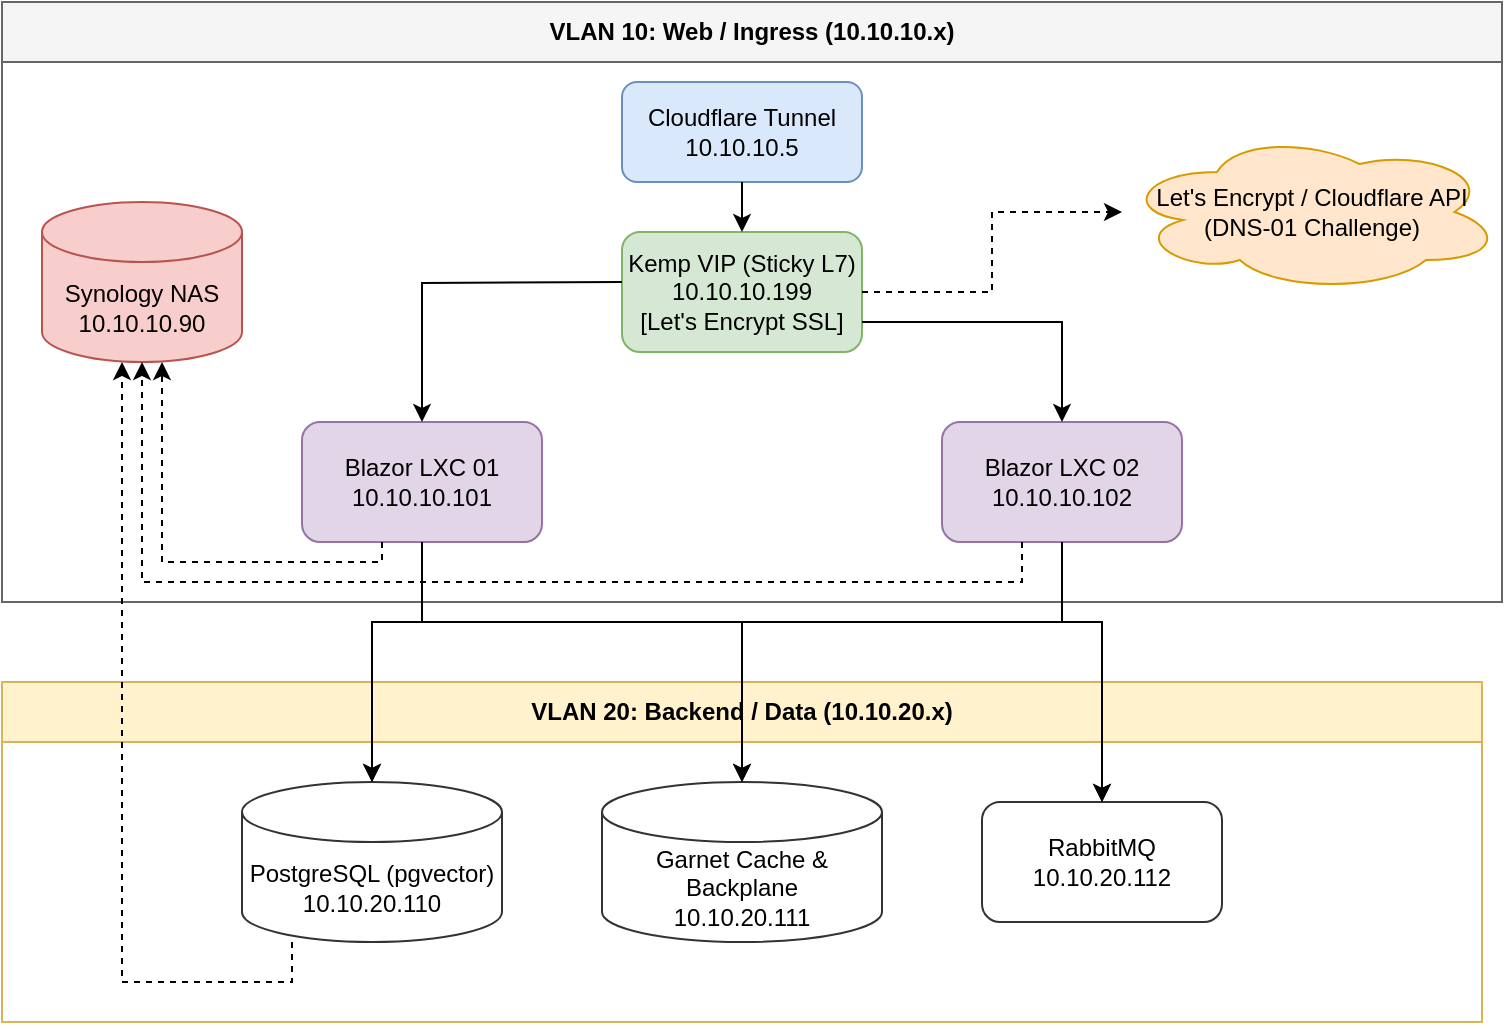
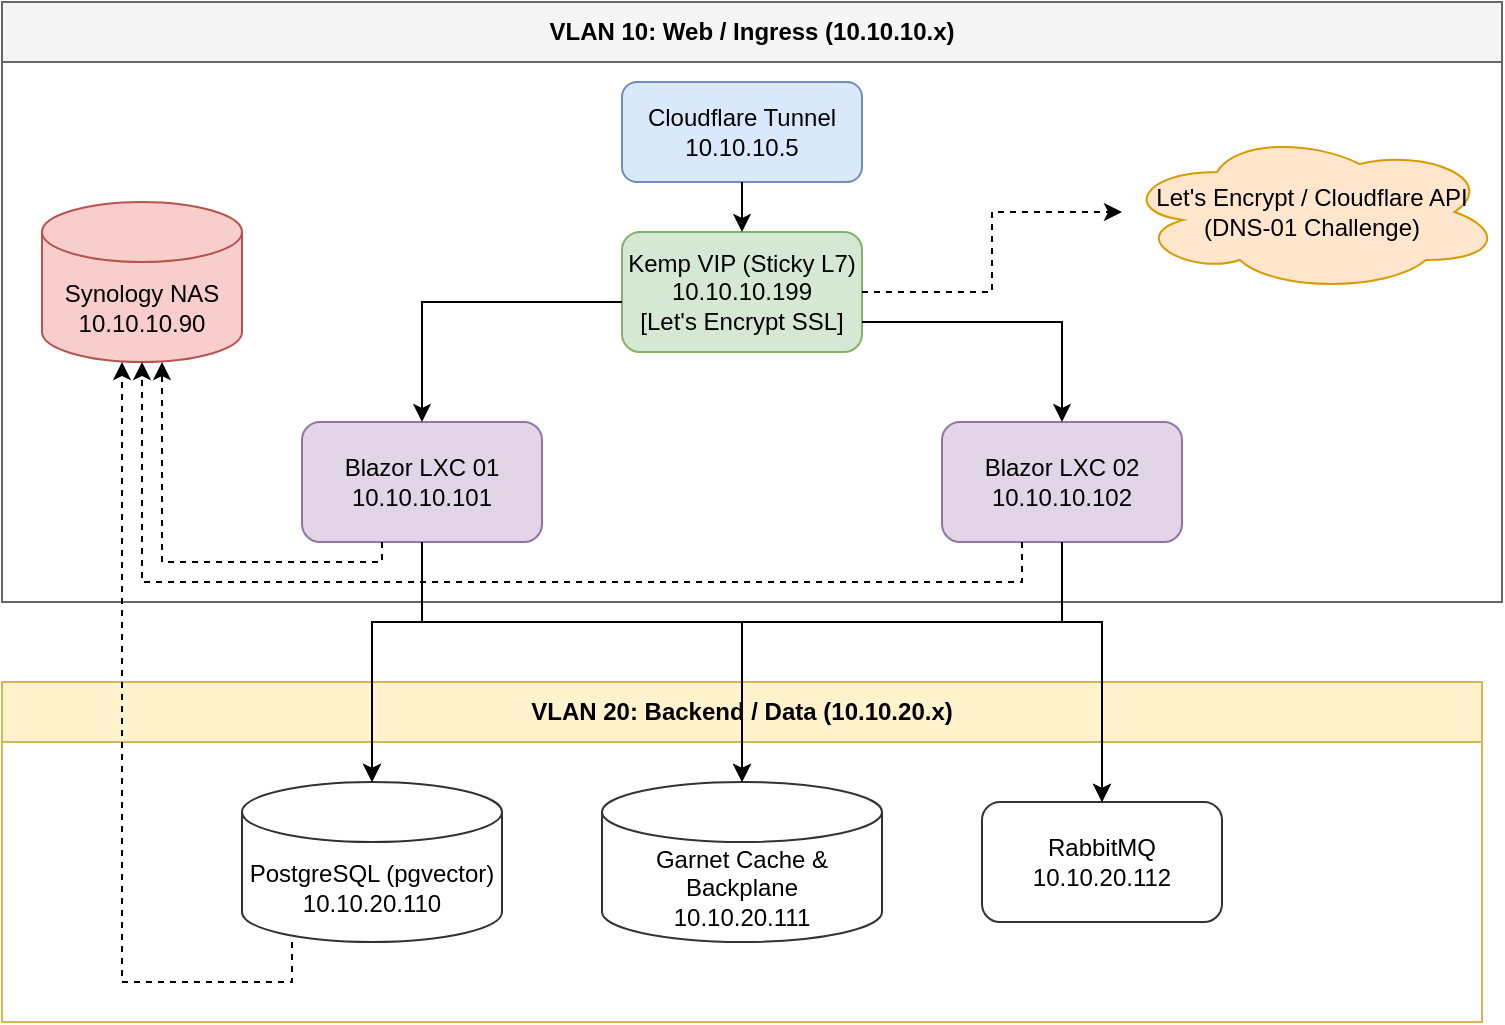
<mxfile host="65bd71144e">
    <diagram id="arch" name="Architecture">
        <mxGraphModel dx="766" dy="645" grid="1" gridSize="10" guides="1" tooltips="1" connect="1" arrows="1" fold="1" page="1" pageScale="1" pageWidth="827" pageHeight="1169" math="0" shadow="0">
            <root>
                <mxCell id="0"/>
                <mxCell id="1" parent="0"/>
                <mxCell id="vlan10" value="VLAN 10: Web / Ingress (10.10.10.x)" style="swimlane;whiteSpace=wrap;html=1;startSize=30;fillColor=#f5f5f5;strokeColor=#666666;" parent="1" vertex="1">
                    <mxGeometry x="40" y="40" width="750" height="300" as="geometry"/>
                </mxCell>
                <mxCell id="2" value="Kemp VIP (Sticky L7)&#xa;10.10.10.199&#xa;[Let&#39;s Encrypt SSL]" style="rounded=1;whiteSpace=wrap;html=1;fillColor=#d5e8d4;strokeColor=#82b366;" vertex="1" parent="vlan10">
                    <mxGeometry x="310" y="115" width="120" height="60" as="geometry"/>
                </mxCell>
                <mxCell id="3" value="Let&#39;s Encrypt / Cloudflare API&#xa;(DNS-01 Challenge)" style="ellipse;shape=cloud;whiteSpace=wrap;html=1;fillColor=#ffe6cc;strokeColor=#d79b00;" vertex="1" parent="vlan10">
                    <mxGeometry x="560" y="65" width="190" height="80" as="geometry"/>
                </mxCell>
                <mxCell id="4" style="edgeStyle=orthogonalEdgeStyle;rounded=0;orthogonalLoop=1;jettySize=auto;html=1;dashed=1;" edge="1" parent="vlan10" source="2" target="3">
                    <mxGeometry relative="1" as="geometry"/>
                </mxCell>
                <mxCell id="cloudflare" value="Cloudflare Tunnel&#xa;10.10.10.5" style="rounded=1;whiteSpace=wrap;html=1;fillColor=#dae8fc;strokeColor=#6c8ebf;" parent="vlan10" vertex="1">
                    <mxGeometry x="310" y="40" width="120" height="50" as="geometry"/>
                </mxCell>
                <mxCell id="blazor1" value="Blazor LXC 01&#xa;10.10.10.101" style="rounded=1;whiteSpace=wrap;html=1;fillColor=#e1d5e7;strokeColor=#9673a6;" parent="vlan10" vertex="1">
                    <mxGeometry x="150" y="210" width="120" height="60" as="geometry"/>
                </mxCell>
                <mxCell id="blazor2" value="Blazor LXC 02&#xa;10.10.10.102" style="rounded=1;whiteSpace=wrap;html=1;fillColor=#e1d5e7;strokeColor=#9673a6;" parent="vlan10" vertex="1">
                    <mxGeometry x="470" y="210" width="120" height="60" as="geometry"/>
                </mxCell>
                <mxCell id="nas" value="Synology NAS&#xa;10.10.10.90" style="shape=cylinder3;whiteSpace=wrap;html=1;boundedLbl=1;backgroundOutline=1;size=15;fillColor=#f8cecc;strokeColor=#b85450;" parent="vlan10" vertex="1">
                    <mxGeometry x="20" y="100" width="100" height="80" as="geometry"/>
                </mxCell>
-                 <mxCell id="e3" style="edgeStyle=orthogonalEdgeStyle;rounded=0;orthogonalLoop=1;jettySize=auto;html=1;exitX=1;exitY=0.75;exitDx=0;exitDy=0;" parent="vlan10" source="2" target="blazor2" edge="1">
+                 <mxCell id="e3" style="edgeStyle=orthogonalEdgeStyle;rounded=0;orthogonalLoop=1;jettySize=auto;html=1;" parent="vlan10" source="2" target="blazor2" edge="1">
                    <mxGeometry relative="1" as="geometry">
                        <mxPoint x="430" y="140" as="sourcePoint"/>
+                         <Array as="points">
+                             <mxPoint x="530" y="160"/>
+                         </Array>
+                     </mxGeometry>
+                 </mxCell>
+                 <mxCell id="e2" style="edgeStyle=orthogonalEdgeStyle;rounded=0;orthogonalLoop=1;jettySize=auto;html=1;" parent="vlan10" source="2" target="blazor1" edge="1">
+                     <mxGeometry relative="1" as="geometry">
+                         <mxPoint x="310" y="140" as="sourcePoint"/>
+                         <Array as="points">
+                             <mxPoint x="210" y="150"/>
+                         </Array>
+                     </mxGeometry>
+                 </mxCell>
+                 <mxCell id="e1" style="edgeStyle=orthogonalEdgeStyle;rounded=0;orthogonalLoop=1;jettySize=auto;html=1;" parent="vlan10" source="cloudflare" target="2" edge="1">
+                     <mxGeometry relative="1" as="geometry">
+                         <mxPoint x="370" y="115" as="targetPoint"/>
                    </mxGeometry>
                </mxCell>
                <mxCell id="vlan20" value="VLAN 20: Backend / Data (10.10.20.x)" style="swimlane;whiteSpace=wrap;html=1;startSize=30;fillColor=#fff2cc;strokeColor=#d6b656;" parent="1" vertex="1">
                    <mxGeometry x="40" y="380" width="740" height="170" as="geometry"/>
                </mxCell>
                <mxCell id="postgres" value="PostgreSQL (pgvector)&#xa;10.10.20.110" style="shape=cylinder3;whiteSpace=wrap;html=1;boundedLbl=1;backgroundOutline=1;size=15;fillColor=#ffffff;strokeColor=#333333;" parent="vlan20" vertex="1">
                    <mxGeometry x="120" y="50" width="130" height="80" as="geometry"/>
                </mxCell>
                <mxCell id="garnet" value="Garnet Cache &amp; Backplane&#xa;10.10.20.111" style="shape=cylinder3;whiteSpace=wrap;html=1;boundedLbl=1;backgroundOutline=1;size=15;fillColor=#ffffff;strokeColor=#333333;" parent="vlan20" vertex="1">
                    <mxGeometry x="300" y="50" width="140" height="80" as="geometry"/>
                </mxCell>
                <mxCell id="rabbitmq" value="RabbitMQ&#xa;10.10.20.112" style="rounded=1;whiteSpace=wrap;html=1;fillColor=#ffffff;strokeColor=#333333;" parent="vlan20" vertex="1">
                    <mxGeometry x="490" y="60" width="120" height="60" as="geometry"/>
-                 </mxCell>
-                 <mxCell id="e1" style="edgeStyle=orthogonalEdgeStyle;rounded=0;orthogonalLoop=1;jettySize=auto;html=1;" parent="1" source="cloudflare" edge="1">
-                     <mxGeometry relative="1" as="geometry">
-                         <mxPoint x="410" y="155" as="targetPoint"/>
-                     </mxGeometry>
-                 </mxCell>
-                 <mxCell id="e2" style="edgeStyle=orthogonalEdgeStyle;rounded=0;orthogonalLoop=1;jettySize=auto;html=1;" parent="1" target="blazor1" edge="1">
-                     <mxGeometry relative="1" as="geometry">
-                         <mxPoint x="350" y="180" as="sourcePoint"/>
-                     </mxGeometry>
                </mxCell>
                <mxCell id="w1_pg" style="edgeStyle=orthogonalEdgeStyle;rounded=0;orthogonalLoop=1;jettySize=auto;html=1;" parent="1" source="blazor1" target="postgres" edge="1">
                    <mxGeometry relative="1" as="geometry">
                        <Array as="points">
                            <mxPoint x="250" y="350"/>
                            <mxPoint x="225" y="350"/>
                        </Array>
                    </mxGeometry>
                </mxCell>
                <mxCell id="w1_gar" style="edgeStyle=orthogonalEdgeStyle;rounded=0;orthogonalLoop=1;jettySize=auto;html=1;" parent="1" source="blazor1" target="garnet" edge="1">
                    <mxGeometry relative="1" as="geometry">
                        <Array as="points">
                            <mxPoint x="250" y="350"/>
                            <mxPoint x="410" y="350"/>
                        </Array>
                    </mxGeometry>
                </mxCell>
                <mxCell id="w1_rmq" style="edgeStyle=orthogonalEdgeStyle;rounded=0;orthogonalLoop=1;jettySize=auto;html=1;" parent="1" source="blazor1" target="rabbitmq" edge="1">
                    <mxGeometry relative="1" as="geometry">
                        <Array as="points">
                            <mxPoint x="250" y="350"/>
                            <mxPoint x="590" y="350"/>
                        </Array>
                    </mxGeometry>
                </mxCell>
                <mxCell id="w1_nas" style="edgeStyle=orthogonalEdgeStyle;rounded=0;orthogonalLoop=1;jettySize=auto;dashed=1;" parent="1" source="blazor1" target="nas" edge="1">
                    <mxGeometry relative="1" as="geometry">
                        <Array as="points">
                            <mxPoint x="230" y="320"/>
                            <mxPoint x="120" y="320"/>
                        </Array>
                    </mxGeometry>
                </mxCell>
                <mxCell id="w2_pg" style="edgeStyle=orthogonalEdgeStyle;rounded=0;orthogonalLoop=1;jettySize=auto;html=1;" parent="1" source="blazor2" target="postgres" edge="1">
                    <mxGeometry relative="1" as="geometry">
                        <Array as="points">
                            <mxPoint x="570" y="350"/>
                            <mxPoint x="225" y="350"/>
                        </Array>
                    </mxGeometry>
                </mxCell>
                <mxCell id="w2_gar" style="edgeStyle=orthogonalEdgeStyle;rounded=0;orthogonalLoop=1;jettySize=auto;html=1;" parent="1" source="blazor2" target="garnet" edge="1">
                    <mxGeometry relative="1" as="geometry">
                        <Array as="points">
                            <mxPoint x="570" y="350"/>
                            <mxPoint x="410" y="350"/>
                        </Array>
                    </mxGeometry>
                </mxCell>
                <mxCell id="w2_rmq" style="edgeStyle=orthogonalEdgeStyle;rounded=0;orthogonalLoop=1;jettySize=auto;html=1;" parent="1" source="blazor2" target="rabbitmq" edge="1">
                    <mxGeometry relative="1" as="geometry">
                        <Array as="points">
                            <mxPoint x="570" y="350"/>
                            <mxPoint x="590" y="350"/>
                        </Array>
                    </mxGeometry>
                </mxCell>
                <mxCell id="w2_nas" style="edgeStyle=orthogonalEdgeStyle;rounded=0;orthogonalLoop=1;jettySize=auto;dashed=1;" parent="1" source="blazor2" target="nas" edge="1">
                    <mxGeometry relative="1" as="geometry">
                        <Array as="points">
                            <mxPoint x="550" y="330"/>
                            <mxPoint x="110" y="330"/>
                        </Array>
                    </mxGeometry>
                </mxCell>
                <mxCell id="pg_nas" style="edgeStyle=orthogonalEdgeStyle;rounded=0;orthogonalLoop=1;jettySize=auto;html=1;dashed=1;" parent="1" source="postgres" target="nas" edge="1">
                    <mxGeometry relative="1" as="geometry">
                        <Array as="points">
                            <mxPoint x="185" y="530"/>
                            <mxPoint x="100" y="530"/>
                        </Array>
                    </mxGeometry>
                </mxCell>
            </root>
        </mxGraphModel>
    </diagram>
</mxfile>